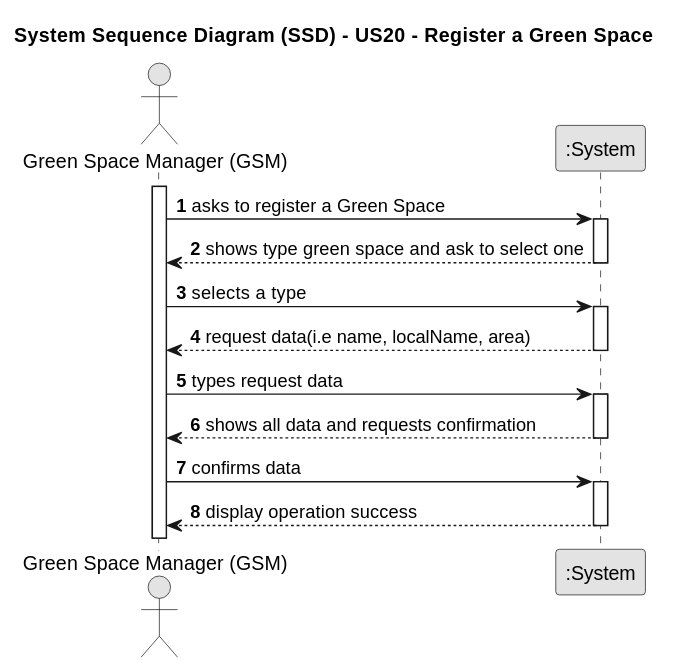
Above: docs/sprint3/us20/01.requirements-engineering/svg/us20-system-sequence-diagram.svg in Departamento-de-Engenharia-Informatica/lei-24-s2-1db-g022 (PlantUML), before the change.
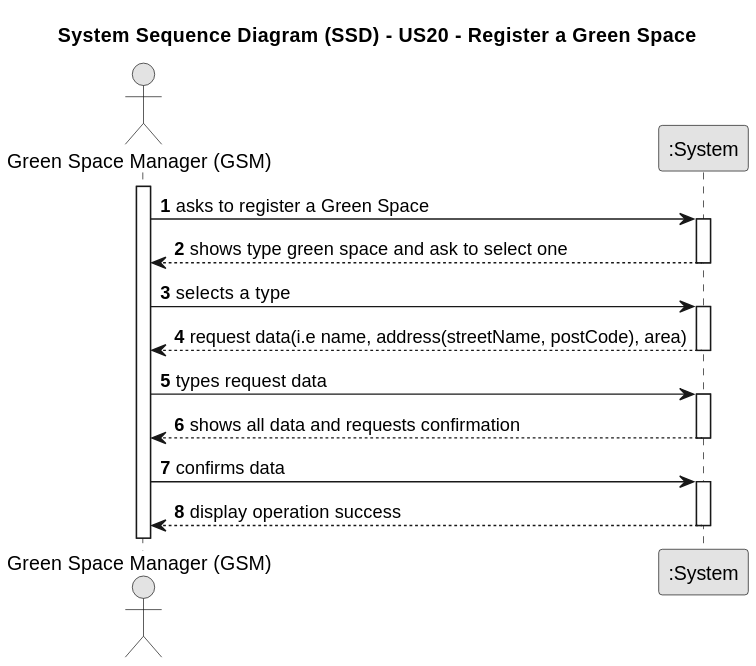
After the commit.

Change to the diagram source:
```diff
@@ -21,7 +21,7 @@
     GSM->System: selects a type
     activate System
 
-        System --> GSM : request data(i.e name, localName, area)
+        System --> GSM : request data(i.e name, address(streetName, postCode), area)
 
     deactivate System
 
```
